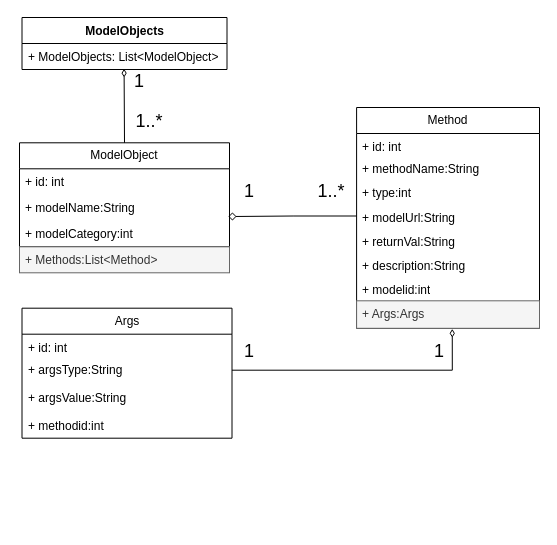
Above: page "第 1 页" (1 of 2) of tree.drawio in liujing-maker/IDEA (draw.io), before the change. Source tidied: cells renumbered, new cells numbered last; positions are measured from the earlier drawing's top-left corner, leaving out a move shared by most shapes. Both pictures are drawn from the tidied source at 100%, with x=0, y=0 at pixel (19, 17).
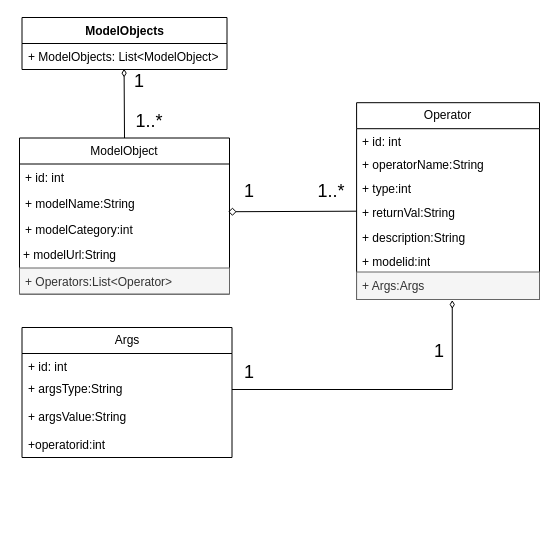
The same diagram, later.

The change refers to these unchanged cells:
```xml
<mxCell id="5" value="+ modelName:String" style="text;strokeColor=none;fillColor=none;align=left;verticalAlign=top;spacingLeft=4;spacingRight=4;overflow=hidden;points=[[0,0.5],[1,0.5]];portConstraint=eastwest;whiteSpace=wrap;html=1;" parent="3" vertex="1">
  <mxGeometry y="52" width="210" height="26" as="geometry" />
</mxCell>
<mxCell id="19" value="Args" style="swimlane;fontStyle=0;horizontal=1;startSize=26;fillColor=none;whiteSpace=wrap;html=1;" parent="18" vertex="1">
  <mxGeometry width="210" height="130" as="geometry" />
</mxCell>
```

What changed in the source:
```diff
@@
     <mxCell id="2" style="group;" parent="1" vertex="1">
-      <mxGeometry y="125.3" width="210" height="150" as="geometry" />
+      <mxGeometry x="2.5" y="123.5" width="210" height="150" as="geometry" />
     </mxCell>
     <mxCell id="3" value="ModelObject" style="swimlane;fontStyle=0;horizontal=1;startSize=26;fillColor=none;whiteSpace=wrap;html=1;" parent="2" vertex="1">
-      <mxGeometry width="210" height="104" as="geometry" />
+      <mxGeometry x="-2.5" y="-3" width="210" height="156" as="geometry" />
     </mxCell>
@@
-    <mxCell id="7" value="+ Methods:List&amp;lt;Method&amp;gt;" style="text;strokeColor=#666666;fillColor=#f5f5f5;align=left;verticalAlign=top;spacingLeft=4;spacingRight=4;overflow=hidden;whiteSpace=wrap;html=1;fontColor=#333333;" parent="2" vertex="1">
-      <mxGeometry y="104" width="210" height="26" as="geometry" />
-    </mxCell>
+    <mxCell id="35" style="text;strokeColor=none;fillColor=none;align=left;verticalAlign=top;spacingLeft=4;spacingRight=4;overflow=hidden;whiteSpace=wrap;html=1;" parent="3" vertex="1">
+      <mxGeometry y="104" width="210" height="26" as="geometry" />
+    </mxCell>
+    <mxCell id="36" value="&lt;span style=&quot;color: rgb(51, 51, 51);&quot;&gt;+ Operators:List&amp;lt;Operator&amp;gt;&lt;/span&gt;" style="text;strokeColor=#666666;fillColor=#f5f5f5;align=left;verticalAlign=top;spacingLeft=4;spacingRight=4;overflow=hidden;whiteSpace=wrap;html=1;fontColor=#333333;" parent="3" vertex="1">
+      <mxGeometry y="130" width="210" height="26" as="geometry" />
+    </mxCell>
     <mxCell id="8" style="group;" parent="1" vertex="1">
-      <mxGeometry x="320" y="90" width="200" height="200.7" as="geometry" />
+      <mxGeometry x="320" y="85.2" width="200" height="200.7" as="geometry" />
     </mxCell>
-    <mxCell id="9" value="Method" style="swimlane;fontStyle=0;horizontal=1;startSize=26;fillColor=none;whiteSpace=wrap;html=1;" parent="8" vertex="1">
-      <mxGeometry x="17.1" width="182.9" height="220.8" as="geometry" />
+    <mxCell id="9" value="Operator" style="swimlane;fontStyle=0;horizontal=1;startSize=26;fillColor=none;whiteSpace=wrap;html=1;" parent="8" vertex="1">
+      <mxGeometry x="17.1" width="182.9" height="196.8" as="geometry" />
     </mxCell>
@@
-    <mxCell id="11" value="+ methodName:String&amp;nbsp;" style="text;strokeColor=none;fillColor=none;align=left;verticalAlign=top;spacingLeft=4;spacingRight=4;overflow=hidden;whiteSpace=wrap;html=1;" parent="9" vertex="1">
+    <mxCell id="11" value="+ operatorName:String&amp;nbsp;" style="text;strokeColor=none;fillColor=none;align=left;verticalAlign=top;spacingLeft=4;spacingRight=4;overflow=hidden;whiteSpace=wrap;html=1;" parent="9" vertex="1">
       <mxGeometry y="48.4" width="182.9" height="24.1" as="geometry" />
     </mxCell>
@@
-    <mxCell id="13" value="+ modelUrl:String" style="text;strokeColor=none;fillColor=none;align=left;verticalAlign=top;spacingLeft=4;spacingRight=4;overflow=hidden;points=[[0,0.5],[1,0.5]];portConstraint=eastwest;whiteSpace=wrap;html=1;" parent="9" vertex="1">
-      <mxGeometry y="96.5" width="182.9" height="24" as="geometry" />
-    </mxCell>
     <mxCell id="14" value="+&amp;nbsp;returnVal:String" style="text;strokeColor=none;fillColor=none;align=left;verticalAlign=top;spacingLeft=4;spacingRight=4;overflow=hidden;whiteSpace=wrap;html=1;" parent="9" vertex="1">
-      <mxGeometry y="120.5" width="182.9" height="24.8" as="geometry" />
+      <mxGeometry y="96.5" width="182.9" height="24.8" as="geometry" />
     </mxCell>
     <mxCell id="15" value="+ description:String" style="text;strokeColor=none;fillColor=none;align=left;verticalAlign=top;spacingLeft=4;spacingRight=4;overflow=hidden;whiteSpace=wrap;html=1;" parent="9" vertex="1">
-      <mxGeometry y="145.3" width="182.9" height="24" as="geometry" />
+      <mxGeometry y="121.3" width="182.9" height="24" as="geometry" />
     </mxCell>
     <mxCell id="16" value="+ modelid:int" style="text;strokeColor=none;fillColor=none;align=left;verticalAlign=top;spacingLeft=4;spacingRight=4;overflow=hidden;whiteSpace=wrap;html=1;" parent="9" vertex="1">
-      <mxGeometry y="169.3" width="182.9" height="24" as="geometry" />
+      <mxGeometry y="145.3" width="182.9" height="24" as="geometry" />
     </mxCell>
     <mxCell id="17" value="+ Args:Args" style="text;strokeColor=#666666;fillColor=#f5f5f5;align=left;verticalAlign=top;spacingLeft=4;spacingRight=4;overflow=hidden;points=[[0,0.5],[1,0.5]];portConstraint=eastwest;whiteSpace=wrap;html=1;fontColor=#333333;" parent="9" vertex="1">
-      <mxGeometry y="193.3" width="182.9" height="27.5" as="geometry" />
+      <mxGeometry y="169.3" width="182.9" height="27.5" as="geometry" />
     </mxCell>
     <mxCell id="18" style="group;" parent="1" vertex="1">
-      <mxGeometry x="2.5" y="290.7" width="210" height="200" as="geometry" />
+      <mxGeometry x="2.5" y="310" width="210" height="200" as="geometry" />
     </mxCell>
@@
-    <mxCell id="23" value="+ methodid:int" style="text;strokeColor=none;fillColor=none;align=left;verticalAlign=top;spacingLeft=4;spacingRight=4;overflow=hidden;whiteSpace=wrap;html=1;" parent="19" vertex="1">
+    <mxCell id="23" value="+operatorid:int" style="text;strokeColor=none;fillColor=none;align=left;verticalAlign=top;spacingLeft=4;spacingRight=4;overflow=hidden;whiteSpace=wrap;html=1;" parent="19" vertex="1">
       <mxGeometry y="104" width="210" height="26" as="geometry" />
     </mxCell>
@@
     <mxCell id="32" value="&lt;font style=&quot;font-size: 18px;&quot;&gt;1&lt;/font&gt;" style="text;html=1;align=center;verticalAlign=middle;whiteSpace=wrap;rounded=0;" parent="1" vertex="1">
-      <mxGeometry x="220" y="330" width="20" height="8" as="geometry" />
+      <mxGeometry x="220" y="350" width="20" height="10" as="geometry" />
     </mxCell>
@@
-    <mxCell id="34" style="edgeStyle=orthogonalEdgeStyle;rounded=0;jettySize=auto;html=1;entryX=0.994;entryY=0.836;entryDx=0;entryDy=0;entryPerimeter=0;endArrow=diamond;endFill=0;" parent="1" edge="1" source="13" target="5">
-      <mxGeometry relative="1" as="geometry" />
+    <mxCell id="34" style="edgeStyle=orthogonalEdgeStyle;rounded=0;jettySize=auto;html=1;entryX=0.994;entryY=0.836;entryDx=0;entryDy=0;entryPerimeter=0;endArrow=diamond;endFill=0;" parent="1" edge="1" target="5">
+      <mxGeometry relative="1" as="geometry">
+        <mxPoint x="337.1" y="193.7" as="sourcePoint" />
+      </mxGeometry>
     </mxCell>
+    <mxCell id="37" style="text;align=left;verticalAlign=top;spacingLeft=4;spacingRight=4;overflow=hidden;whiteSpace=wrap;html=1;" parent="1" vertex="1">
+      <mxGeometry y="229.3" width="210" height="26" as="geometry" />
+    </mxCell>
+    <mxCell id="13" value="+ modelUrl:String" style="text;strokeColor=none;fillColor=none;align=left;verticalAlign=top;spacingLeft=4;spacingRight=4;overflow=hidden;points=[[0,0.5],[1,0.5]];portConstraint=eastwest;whiteSpace=wrap;html=1;" parent="1" vertex="1">
+      <mxGeometry x="-2.5" y="224" width="210" height="26" as="geometry" />
+    </mxCell>
```
